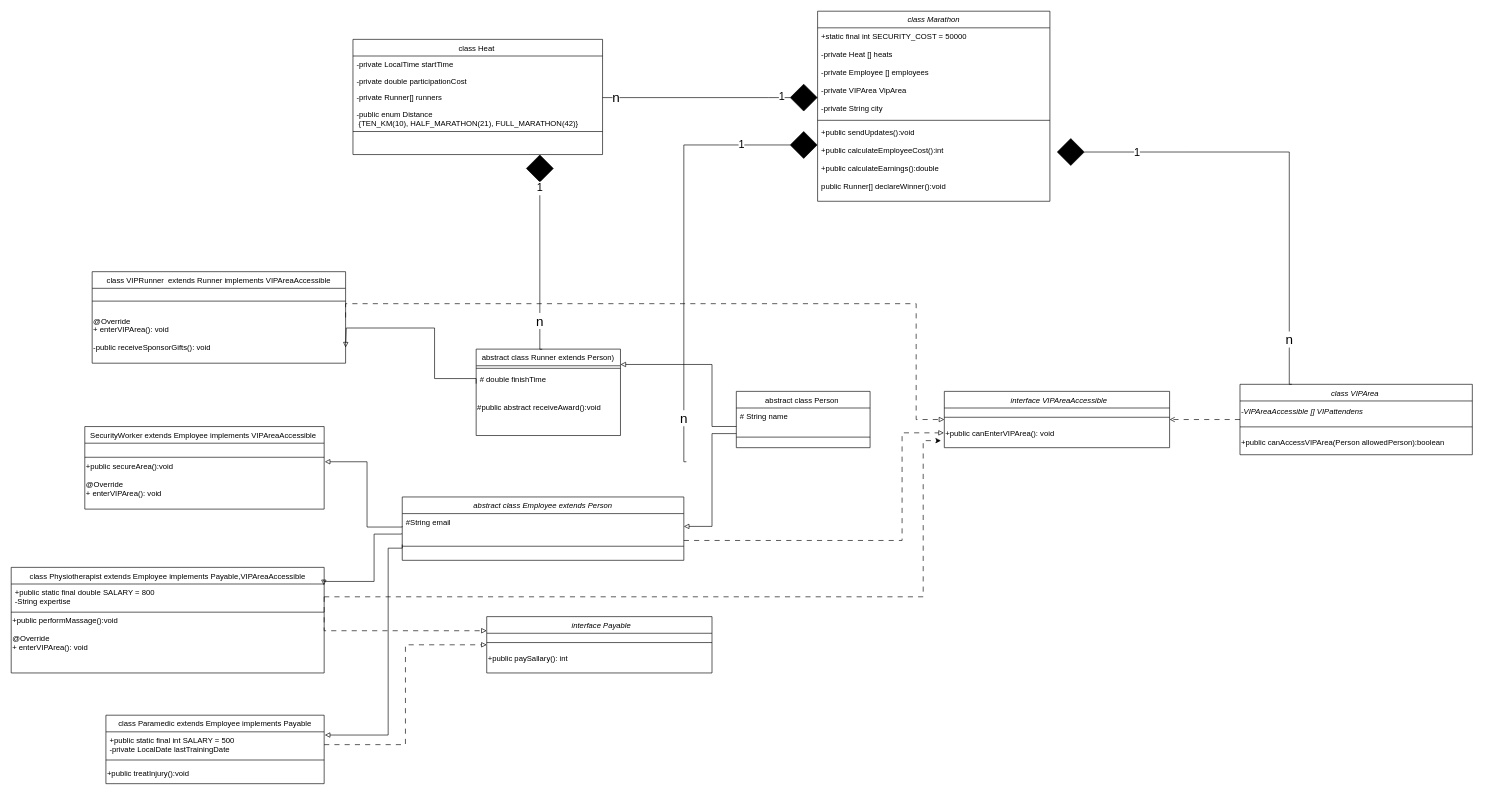
Above: Untitled Diagram.drawio in ZoharVardi/ZoharVardi-Object-Oriented-Project---MarketPlace (draw.io), before the change. Source tidied: cells renumbered, new cells numbered last; positions are measured from the earlier drawing's top-left corner, leaving out a move shared by most shapes. Both pictures are drawn from the tidied source at 64%, with x=0, y=0 at pixel (11, 11).
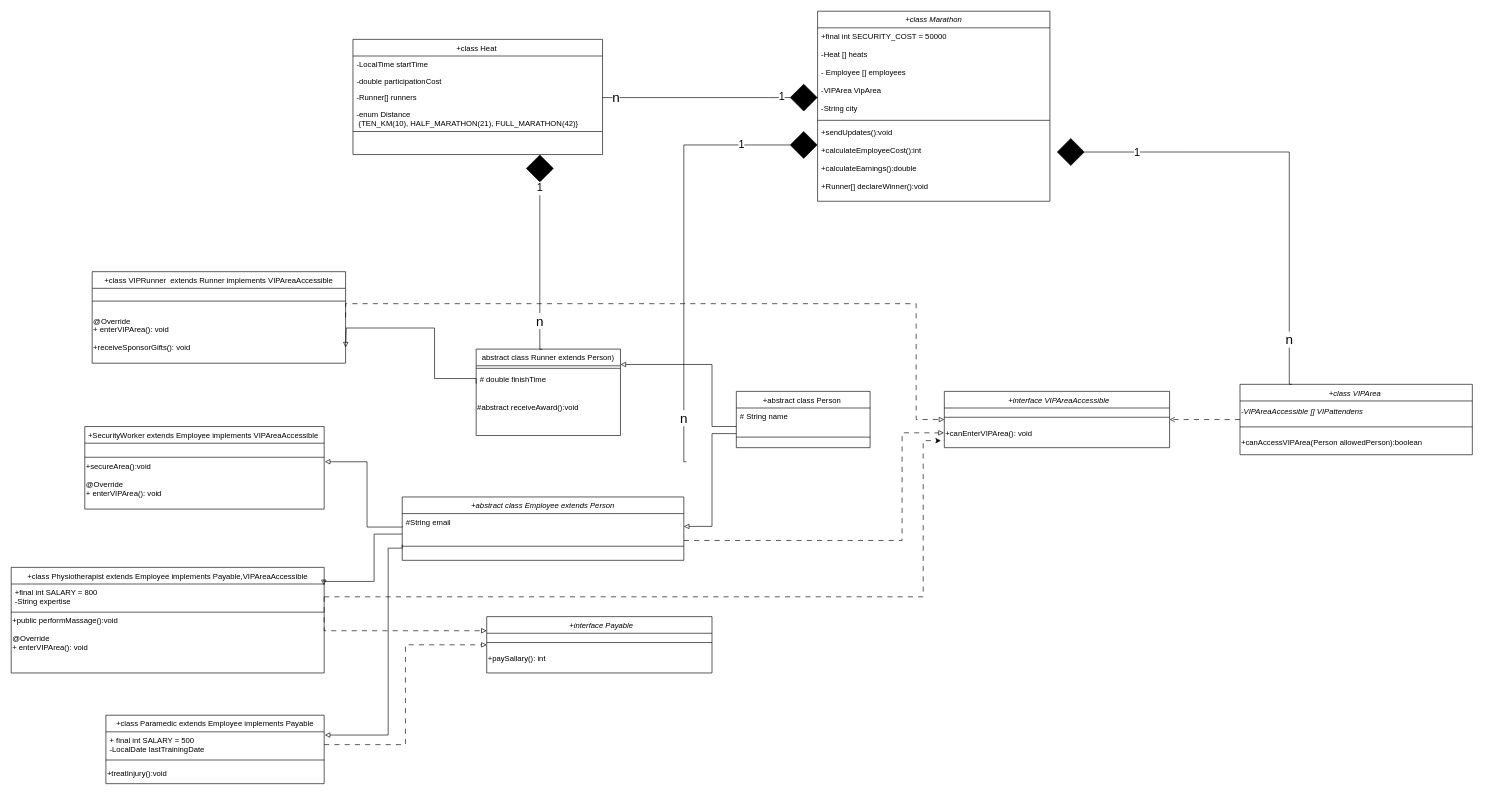
The same page after the edit.

The change refers to these unchanged cells:
```xml
<mxCell id="6" value="abstract class Runner extends Person)" style="swimlane;fontStyle=0;align=center;verticalAlign=top;horizontal=1;startSize=26;rounded=0;shadow=0;strokeWidth=1;" parent="1" vertex="1">
  <mxGeometry x="726.5" y="528" width="225.5" height="135" as="geometry" />
</mxCell>
```

The edit, as a diff of the source:
```diff
@@
-    <mxCell id="2" value="class Marathon" style="swimlane;fontStyle=2;align=center;verticalAlign=top;horizontal=1;startSize=26;rounded=0;shadow=0;strokeWidth=1;" parent="1" vertex="1">
+    <mxCell id="2" value="+class Marathon" style="swimlane;fontStyle=2;align=center;verticalAlign=top;horizontal=1;startSize=26;rounded=0;shadow=0;strokeWidth=1;" parent="1" vertex="1">
       <mxGeometry x="1260" width="363" height="297" as="geometry" />
     </mxCell>
-    <mxCell id="3" value="+static final int SECURITY_COST = 50000&#10;&#10;-private Heat [] heats&#10;&#10;-private Employee [] employees&#10;&#10;-private VIPArea VipArea&#10;&#10;-private String city&#10; " style="text;align=left;verticalAlign=top;spacingLeft=4;spacingRight=4;overflow=hidden;points=[[0,0.5],[1,0.5]];portConstraint=eastwest;" parent="2" vertex="1">
+    <mxCell id="3" value="+final int SECURITY_COST = 50000&#10;&#10;-Heat [] heats&#10;&#10;- Employee [] employees&#10;&#10;-VIPArea VipArea&#10;&#10;-String city&#10; " style="text;align=left;verticalAlign=top;spacingLeft=4;spacingRight=4;overflow=hidden;points=[[0,0.5],[1,0.5]];portConstraint=eastwest;" parent="2" vertex="1">
       <mxGeometry y="26" width="363" height="139" as="geometry" />
     </mxCell>
@@
-    <mxCell id="5" value="+public sendUpdates():void&#10;&#10;+public calculateEmployeeCost():int&#10;&#10;+public calculateEarnings():double&#10;&#10;public Runner[] declareWinner():void&#10;" style="text;align=left;verticalAlign=top;spacingLeft=4;spacingRight=4;overflow=hidden;points=[[0,0.5],[1,0.5]];portConstraint=eastwest;rounded=0;shadow=0;html=0;" parent="2" vertex="1">
+    <mxCell id="5" value="+sendUpdates():void&#10;&#10;+calculateEmployeeCost():int&#10;&#10;+calculateEarnings():double&#10;&#10;+Runner[] declareWinner():void&#10;" style="text;align=left;verticalAlign=top;spacingLeft=4;spacingRight=4;overflow=hidden;points=[[0,0.5],[1,0.5]];portConstraint=eastwest;rounded=0;shadow=0;html=0;" parent="2" vertex="1">
       <mxGeometry y="176" width="363" height="121" as="geometry" />
     </mxCell>
@@
-    <mxCell id="9" value="#public abstract receiveAward():void " style="text;align=left;verticalAlign=middle;strokeColor=none;fillColor=none;" parent="6" vertex="1">
+    <mxCell id="9" value="#abstract receiveAward():void " style="text;align=left;verticalAlign=middle;strokeColor=none;fillColor=none;" parent="6" vertex="1">
       <mxGeometry y="74" width="225.5" height="33" as="geometry" />
     </mxCell>
-    <mxCell id="10" value="class Heat " style="swimlane;fontStyle=0;align=center;verticalAlign=top;horizontal=1;startSize=26;rounded=0;shadow=0;strokeWidth=1;" parent="1" vertex="1">
+    <mxCell id="10" value="+class Heat " style="swimlane;fontStyle=0;align=center;verticalAlign=top;horizontal=1;startSize=26;rounded=0;shadow=0;strokeWidth=1;" parent="1" vertex="1">
       <mxGeometry x="534" y="44" width="390" height="180" as="geometry" />
     </mxCell>
-    <mxCell id="11" value="-private LocalTime startTime" style="text;align=left;verticalAlign=top;spacingLeft=4;spacingRight=4;overflow=hidden;" parent="10" vertex="1">
+    <mxCell id="11" value="-LocalTime startTime" style="text;align=left;verticalAlign=top;spacingLeft=4;spacingRight=4;overflow=hidden;" parent="10" vertex="1">
       <mxGeometry y="26" width="390" height="26" as="geometry" />
     </mxCell>
-    <mxCell id="12" value="-private double participationCost&#10;" style="text;align=left;verticalAlign=top;spacingLeft=4;spacingRight=4;overflow=hidden;rounded=0;shadow=0;html=0;" parent="10" vertex="1">
+    <mxCell id="12" value="-double participationCost&#10;" style="text;align=left;verticalAlign=top;spacingLeft=4;spacingRight=4;overflow=hidden;rounded=0;shadow=0;html=0;" parent="10" vertex="1">
       <mxGeometry y="52" width="390" height="26" as="geometry" />
     </mxCell>
-    <mxCell id="13" value="-private Runner[] runners&#10;" style="text;align=left;verticalAlign=top;spacingLeft=4;spacingRight=4;overflow=hidden;points=[[0,0.5],[1,0.5]];portConstraint=eastwest;rounded=0;shadow=0;html=0;" parent="10" vertex="1">
+    <mxCell id="13" value="-Runner[] runners&#10;" style="text;align=left;verticalAlign=top;spacingLeft=4;spacingRight=4;overflow=hidden;points=[[0,0.5],[1,0.5]];portConstraint=eastwest;rounded=0;shadow=0;html=0;" parent="10" vertex="1">
       <mxGeometry y="78" width="390" height="26" as="geometry" />
     </mxCell>
-    <mxCell id="14" value="-public enum Distance&#10; {TEN_KM(10), HALF_MARATHON(21), FULL_MARATHON(42)}&#10;&#10;" style="text;align=left;verticalAlign=top;spacingLeft=4;spacingRight=4;overflow=hidden;rounded=0;shadow=0;html=0;" parent="10" vertex="1">
+    <mxCell id="14" value="-enum Distance&#10; {TEN_KM(10), HALF_MARATHON(21), FULL_MARATHON(42)}&#10;&#10;" style="text;align=left;verticalAlign=top;spacingLeft=4;spacingRight=4;overflow=hidden;rounded=0;shadow=0;html=0;" parent="10" vertex="1">
       <mxGeometry y="104" width="390" height="36" as="geometry" />
     </mxCell>
@@
-    <mxCell id="17" value="class VIPRunner  extends Runner implements VIPAreaAccessible&#10;" style="swimlane;fontStyle=0;align=center;verticalAlign=top;horizontal=1;startSize=26;rounded=0;shadow=0;strokeWidth=1;" parent="1" vertex="1">
+    <mxCell id="17" value="+class VIPRunner  extends Runner implements VIPAreaAccessible&#10;" style="swimlane;fontStyle=0;align=center;verticalAlign=top;horizontal=1;startSize=26;rounded=0;shadow=0;strokeWidth=1;" parent="1" vertex="1">
       <mxGeometry x="126.5" y="407" width="396" height="143" as="geometry" />
     </mxCell>
@@
-    <mxCell id="19" value="@Override&#10;+ enterVIPArea(): void&#10;&#10;-public receiveSponsorGifts(): void&#10;" style="text;align=left;verticalAlign=middle;points=[];strokeColor=none;fillColor=none;" parent="17" vertex="1">
+    <mxCell id="19" value="@Override&#10;+ enterVIPArea(): void&#10;&#10;+receiveSponsorGifts(): void&#10;" style="text;align=left;verticalAlign=middle;points=[];strokeColor=none;fillColor=none;" parent="17" vertex="1">
       <mxGeometry y="66" width="396" height="77" as="geometry" />
     </mxCell>
-    <mxCell id="20" value="abstract class Employee extends Person" style="swimlane;fontStyle=2;align=center;verticalAlign=top;horizontal=1;startSize=26;rounded=0;shadow=0;strokeWidth=1;" parent="1" vertex="1">
+    <mxCell id="20" value="+abstract class Employee extends Person" style="swimlane;fontStyle=2;align=center;verticalAlign=top;horizontal=1;startSize=26;rounded=0;shadow=0;strokeWidth=1;" parent="1" vertex="1">
       <mxGeometry x="611" y="759" width="440" height="99" as="geometry" />
     </mxCell>
@@
-    <mxCell id="23" value=" class Paramedic extends Employee implements Payable " style="swimlane;fontStyle=0;align=center;verticalAlign=top;horizontal=1;startSize=26;rounded=0;shadow=0;strokeWidth=1;" parent="1" vertex="1">
+    <mxCell id="23" value=" +class Paramedic extends Employee implements Payable " style="swimlane;fontStyle=0;align=center;verticalAlign=top;horizontal=1;startSize=26;rounded=0;shadow=0;strokeWidth=1;" parent="1" vertex="1">
       <mxGeometry x="148" y="1100" width="341" height="107" as="geometry" />
     </mxCell>
-    <mxCell id="24" value="+public static final int SALARY = 500&#10;-private LocalDate lastTrainingDate&#10;" style="text;align=left;verticalAlign=top;spacingLeft=4;spacingRight=4;overflow=hidden;points=[[0,0.5],[1,0.5]];portConstraint=eastwest;" parent="23" vertex="1">
+    <mxCell id="24" value="+ final int SALARY = 500&#10;-LocalDate lastTrainingDate&#10;" style="text;align=left;verticalAlign=top;spacingLeft=4;spacingRight=4;overflow=hidden;points=[[0,0.5],[1,0.5]];portConstraint=eastwest;" parent="23" vertex="1">
       <mxGeometry y="26" width="341" height="40" as="geometry" />
     </mxCell>
@@
-    <mxCell id="26" value="+public treatInjury():void" style="text;align=left;verticalAlign=middle;strokeColor=none;fillColor=none;" parent="23" vertex="1">
+    <mxCell id="26" value="+treatInjury():void" style="text;align=left;verticalAlign=middle;strokeColor=none;fillColor=none;" parent="23" vertex="1">
       <mxGeometry y="74" width="341" height="33" as="geometry" />
     </mxCell>
-    <mxCell id="27" value="class Physiotherapist extends Employee implements Payable,VIPAreaAccessible" style="swimlane;fontStyle=0;align=center;verticalAlign=top;horizontal=1;startSize=26;rounded=0;shadow=0;strokeWidth=1;" parent="1" vertex="1">
+    <mxCell id="27" value="+class Physiotherapist extends Employee implements Payable,VIPAreaAccessible" style="swimlane;fontStyle=0;align=center;verticalAlign=top;horizontal=1;startSize=26;rounded=0;shadow=0;strokeWidth=1;" parent="1" vertex="1">
       <mxGeometry y="869" width="489" height="165" as="geometry" />
     </mxCell>
@@
-    <mxCell id="29" value="+public static final double SALARY = 800&#10;-String expertise" style="text;align=left;verticalAlign=top;spacingLeft=4;spacingRight=4;overflow=hidden;points=[[0,0.5],[1,0.5]];portConstraint=eastwest;" parent="27" vertex="1">
+    <mxCell id="29" value="+final int SALARY = 800&#10;-String expertise" style="text;align=left;verticalAlign=top;spacingLeft=4;spacingRight=4;overflow=hidden;points=[[0,0.5],[1,0.5]];portConstraint=eastwest;" parent="27" vertex="1">
       <mxGeometry y="26" width="489" height="40" as="geometry" />
     </mxCell>
@@
-    <mxCell id="32" value="SecurityWorker extends Employee implements VIPAreaAccessible " style="swimlane;fontStyle=0;align=center;verticalAlign=top;horizontal=1;startSize=26;rounded=0;shadow=0;strokeWidth=1;" parent="1" vertex="1">
+    <mxCell id="32" value="+SecurityWorker extends Employee implements VIPAreaAccessible " style="swimlane;fontStyle=0;align=center;verticalAlign=top;horizontal=1;startSize=26;rounded=0;shadow=0;strokeWidth=1;" parent="1" vertex="1">
       <mxGeometry x="115" y="649" width="374" height="129" as="geometry" />
     </mxCell>
@@
-    <mxCell id="35" value="+public secureArea():void&#10;&#10;@Override&#10;+ enterVIPArea(): void&#10;" style="text;align=left;verticalAlign=middle;strokeColor=none;fillColor=none;" parent="32" vertex="1">
+    <mxCell id="35" value="+secureArea():void&#10;&#10;@Override&#10;+ enterVIPArea(): void&#10;" style="text;align=left;verticalAlign=middle;strokeColor=none;fillColor=none;" parent="32" vertex="1">
       <mxGeometry y="52" width="374" height="77" as="geometry" />
     </mxCell>
@@
-    <mxCell id="37" value="class VIPArea " style="swimlane;fontStyle=2;align=center;verticalAlign=top;horizontal=1;startSize=26;rounded=0;shadow=0;strokeWidth=1;" parent="1" vertex="1">
+    <mxCell id="37" value="+class VIPArea " style="swimlane;fontStyle=2;align=center;verticalAlign=top;horizontal=1;startSize=26;rounded=0;shadow=0;strokeWidth=1;" parent="1" vertex="1">
       <mxGeometry x="1920" y="583" width="363" height="110" as="geometry" />
     </mxCell>
@@
-    <mxCell id="40" value="+public canAccessVIPArea(Person allowedPerson):boolean " style="text;align=left;verticalAlign=middle;strokeColor=none;fillColor=none;" parent="37" vertex="1">
+    <mxCell id="40" value="+canAccessVIPArea(Person allowedPerson):boolean " style="text;align=left;verticalAlign=middle;strokeColor=none;fillColor=none;" parent="37" vertex="1">
       <mxGeometry y="74" width="363" height="33" as="geometry" />
     </mxCell>
@@
-    <mxCell id="42" value="  interface VIPAreaAccessible" style="swimlane;fontStyle=2;align=center;verticalAlign=top;horizontal=1;startSize=26;rounded=0;shadow=0;strokeWidth=1;" parent="1" vertex="1">
+    <mxCell id="42" value="  +interface VIPAreaAccessible" style="swimlane;fontStyle=2;align=center;verticalAlign=top;horizontal=1;startSize=26;rounded=0;shadow=0;strokeWidth=1;" parent="1" vertex="1">
       <mxGeometry x="1458" y="594" width="352" height="88" as="geometry" />
     </mxCell>
@@
-    <mxCell id="44" value="+public canEnterVIPArea(): void&#10;" style="text;align=left;verticalAlign=middle;points=[];strokeColor=none;fillColor=none;" parent="42" vertex="1">
+    <mxCell id="44" value="+canEnterVIPArea(): void&#10;" style="text;align=left;verticalAlign=middle;points=[];strokeColor=none;fillColor=none;" parent="42" vertex="1">
       <mxGeometry y="55" width="352" height="33" as="geometry" />
     </mxCell>
-    <mxCell id="45" value="abstract class Person " style="swimlane;fontStyle=0;align=center;verticalAlign=top;horizontal=1;startSize=26;rounded=0;shadow=0;strokeWidth=1;" parent="1" vertex="1">
+    <mxCell id="45" value="+abstract class Person " style="swimlane;fontStyle=0;align=center;verticalAlign=top;horizontal=1;startSize=26;rounded=0;shadow=0;strokeWidth=1;" parent="1" vertex="1">
       <mxGeometry x="1133" y="594" width="209" height="88" as="geometry" />
     </mxCell>
@@
-    <mxCell id="55" value="  interface Payable" style="swimlane;fontStyle=2;align=center;verticalAlign=top;horizontal=1;startSize=26;rounded=0;shadow=0;strokeWidth=1;" parent="1" vertex="1">
+    <mxCell id="55" value="  +interface Payable" style="swimlane;fontStyle=2;align=center;verticalAlign=top;horizontal=1;startSize=26;rounded=0;shadow=0;strokeWidth=1;" parent="1" vertex="1">
       <mxGeometry x="743" y="946" width="352" height="88" as="geometry" />
     </mxCell>
@@
-    <mxCell id="57" value="+public paySallary(): int&#10;" style="text;align=left;verticalAlign=middle;strokeColor=none;fillColor=none;" parent="55" vertex="1">
+    <mxCell id="57" value="+paySallary(): int&#10;" style="text;align=left;verticalAlign=middle;strokeColor=none;fillColor=none;" parent="55" vertex="1">
       <mxGeometry y="55" width="352" height="33" as="geometry" />
     </mxCell>
```
